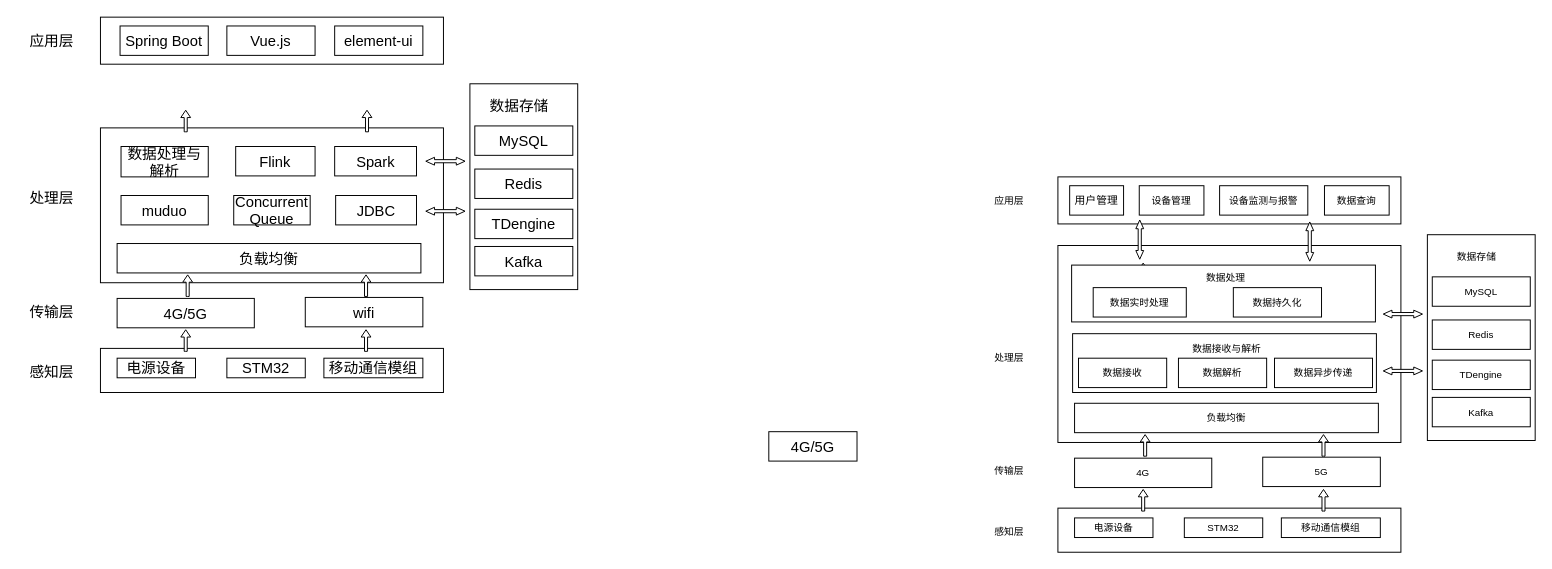
Earlier version of the draw.io diagram 系统架构图2.drawio (zhaoning999/notes). Source tidied: cells renumbered, new cells numbered last; positions are measured from the earlier drawing's top-left corner, leaving out a move shared by most shapes. Both pictures are drawn from the tidied source at 98%, with x=0, y=0 at pixel (17, 17).
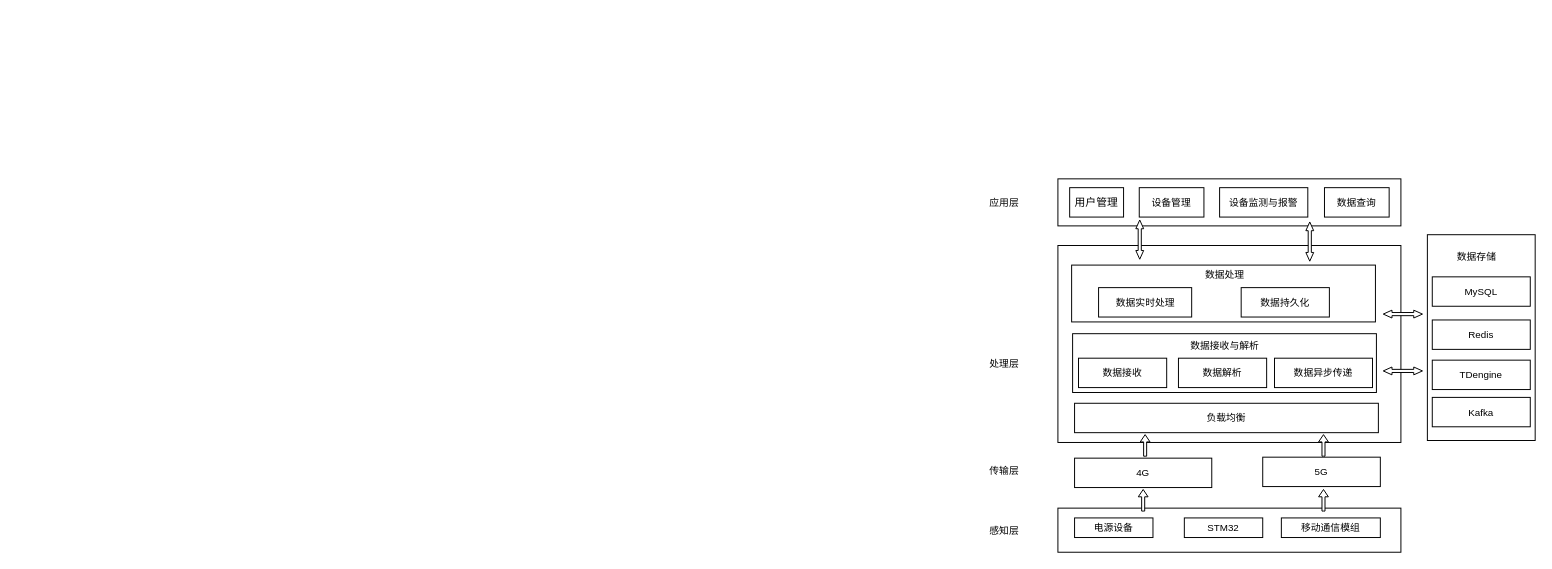
Above is the later version.

Commit message:
更新系统架构图2.drawio

Diff of the diagram source:
```diff
@@
-    <mxCell id="2" style="rounded=0;whiteSpace=wrap;html=1;fontSize=15;" parent="1" vertex="1">
-      <mxGeometry x="462" y="68" width="110" height="210" as="geometry" />
-    </mxCell>
-    <mxCell id="3" style="rounded=0;whiteSpace=wrap;html=1;fontSize=15;" parent="1" vertex="1">
-      <mxGeometry x="85" y="338" width="350" height="45" as="geometry" />
-    </mxCell>
-    <mxCell id="4" value="感知层" style="text;html=1;align=center;verticalAlign=middle;strokeColor=none;fillColor=none;fontSize=15;" parent="1" vertex="1">
-      <mxGeometry y="347" width="70" height="30" as="geometry" />
-    </mxCell>
-    <mxCell id="5" value="STM32" style="rounded=0;whiteSpace=wrap;html=1;fontSize=15;" parent="1" vertex="1">
-      <mxGeometry x="214" y="348" width="80" height="20" as="geometry" />
-    </mxCell>
-    <mxCell id="6" value="移动通信模组" style="rounded=0;whiteSpace=wrap;html=1;fontSize=15;" parent="1" vertex="1">
-      <mxGeometry x="313" y="348" width="101" height="20" as="geometry" />
-    </mxCell>
-    <mxCell id="7" value="4G/5G" style="rounded=0;whiteSpace=wrap;html=1;fontSize=15;" parent="1" vertex="1">
-      <mxGeometry x="102" y="287" width="140" height="30" as="geometry" />
-    </mxCell>
-    <mxCell id="8" value="wifi" style="rounded=0;whiteSpace=wrap;html=1;fontSize=15;" parent="1" vertex="1">
-      <mxGeometry x="294" y="286" width="120" height="30" as="geometry" />
-    </mxCell>
-    <mxCell id="9" value="传输层" style="text;html=1;align=center;verticalAlign=middle;strokeColor=none;fillColor=none;fontSize=15;" parent="1" vertex="1">
-      <mxGeometry y="285" width="70" height="30" as="geometry" />
-    </mxCell>
-    <mxCell id="10" style="rounded=0;whiteSpace=wrap;html=1;fontSize=15;" parent="1" vertex="1">
-      <mxGeometry x="85" y="113" width="350" height="158" as="geometry" />
-    </mxCell>
-    <mxCell id="11" value="处理层" style="text;html=1;align=center;verticalAlign=middle;strokeColor=none;fillColor=none;fontSize=15;" parent="1" vertex="1">
-      <mxGeometry y="169" width="70" height="30" as="geometry" />
-    </mxCell>
-    <mxCell id="12" value="负载均衡" style="rounded=0;whiteSpace=wrap;html=1;fontSize=15;" parent="1" vertex="1">
-      <mxGeometry x="102" y="231" width="310" height="30" as="geometry" />
-    </mxCell>
-    <mxCell id="13" value="muduo" style="rounded=0;whiteSpace=wrap;html=1;fontSize=15;" parent="1" vertex="1">
-      <mxGeometry x="106" y="182" width="89" height="30" as="geometry" />
-    </mxCell>
-    <mxCell id="14" value="TDengine" style="rounded=0;whiteSpace=wrap;html=1;fontSize=15;" parent="1" vertex="1">
-      <mxGeometry x="467" y="196" width="100" height="30" as="geometry" />
-    </mxCell>
-    <mxCell id="15" value="JDBC" style="rounded=0;whiteSpace=wrap;html=1;fontSize=15;" parent="1" vertex="1">
-      <mxGeometry x="325" y="182" width="82.5" height="30" as="geometry" />
-    </mxCell>
-    <mxCell id="16" value="Kafka" style="rounded=0;whiteSpace=wrap;html=1;fontSize=15;" parent="1" vertex="1">
-      <mxGeometry x="467" y="234" width="100" height="30" as="geometry" />
-    </mxCell>
-    <mxCell id="17" value="Concurrent&lt;br style=&quot;font-size: 15px;&quot;&gt;Queue" style="rounded=0;whiteSpace=wrap;html=1;fontSize=15;" parent="1" vertex="1">
-      <mxGeometry x="221" y="182" width="78" height="30" as="geometry" />
-    </mxCell>
-    <mxCell id="18" value="数据处理与解析" style="rounded=0;whiteSpace=wrap;html=1;fontSize=15;" parent="1" vertex="1">
-      <mxGeometry x="106" y="132" width="89" height="31" as="geometry" />
-    </mxCell>
-    <mxCell id="19" value="Redis" style="rounded=0;whiteSpace=wrap;html=1;fontSize=15;" parent="1" vertex="1">
-      <mxGeometry x="467" y="155" width="100" height="30" as="geometry" />
-    </mxCell>
-    <mxCell id="20" value="MySQL" style="rounded=0;whiteSpace=wrap;html=1;fontSize=15;" parent="1" vertex="1">
-      <mxGeometry x="467" y="111" width="100" height="30" as="geometry" />
-    </mxCell>
-    <mxCell id="21" style="rounded=0;whiteSpace=wrap;html=1;fontSize=15;" parent="1" vertex="1">
-      <mxGeometry x="85" width="350" height="48" as="geometry" />
-    </mxCell>
-    <mxCell id="22" value="应用层" style="text;html=1;align=center;verticalAlign=middle;strokeColor=none;fillColor=none;fontSize=15;" parent="1" vertex="1">
-      <mxGeometry y="9" width="70" height="30" as="geometry" />
-    </mxCell>
-    <mxCell id="23" value="Spring Boot" style="rounded=0;whiteSpace=wrap;html=1;fontSize=15;" parent="1" vertex="1">
-      <mxGeometry x="105" y="9" width="90" height="30" as="geometry" />
-    </mxCell>
-    <mxCell id="24" value="Vue.js" style="rounded=0;whiteSpace=wrap;html=1;fontSize=15;" parent="1" vertex="1">
-      <mxGeometry x="214" y="9" width="90" height="30" as="geometry" />
-    </mxCell>
-    <mxCell id="25" value="element-ui" style="rounded=0;whiteSpace=wrap;html=1;fontSize=15;" parent="1" vertex="1">
-      <mxGeometry x="324" y="9" width="90" height="30" as="geometry" />
-    </mxCell>
-    <mxCell id="26" value="Flink" style="rounded=0;whiteSpace=wrap;html=1;fontSize=15;" parent="1" vertex="1">
-      <mxGeometry x="223" y="132" width="81" height="30" as="geometry" />
-    </mxCell>
-    <mxCell id="27" value="Spark" style="rounded=0;whiteSpace=wrap;html=1;fontSize=15;" parent="1" vertex="1">
-      <mxGeometry x="324" y="132" width="83.5" height="30" as="geometry" />
-    </mxCell>
-    <mxCell id="28" value="数据存储" style="text;html=1;align=center;verticalAlign=middle;strokeColor=none;fillColor=none;fontSize=15;fontFamily=Helvetica;" parent="1" vertex="1">
-      <mxGeometry x="472" y="75" width="80" height="30" as="geometry" />
-    </mxCell>
-    <mxCell id="29" style="html=1;shadow=0;dashed=0;align=center;verticalAlign=middle;shape=mxgraph.arrows2.arrow;dy=0.69;dx=7.44;direction=north;notch=0;fontFamily=Helvetica;fontSize=15;" parent="1" vertex="1">
-      <mxGeometry x="169" y="263" width="10" height="22" as="geometry" />
-    </mxCell>
-    <mxCell id="30" style="html=1;shadow=0;dashed=0;align=center;verticalAlign=middle;shape=mxgraph.arrows2.arrow;dy=0.69;dx=7.44;direction=north;notch=0;fontFamily=Helvetica;fontSize=15;" parent="1" vertex="1">
-      <mxGeometry x="351" y="263" width="10" height="22" as="geometry" />
-    </mxCell>
-    <mxCell id="31" style="html=1;shadow=0;dashed=0;align=center;verticalAlign=middle;shape=mxgraph.arrows2.arrow;dy=0.69;dx=7.44;direction=north;notch=0;fontFamily=Helvetica;fontSize=15;" parent="1" vertex="1">
-      <mxGeometry x="167" y="319" width="10" height="22" as="geometry" />
-    </mxCell>
-    <mxCell id="32" style="html=1;shadow=0;dashed=0;align=center;verticalAlign=middle;shape=mxgraph.arrows2.arrow;dy=0.69;dx=7.44;direction=north;notch=0;fontFamily=Helvetica;fontSize=15;" parent="1" vertex="1">
-      <mxGeometry x="351" y="319" width="10" height="22" as="geometry" />
-    </mxCell>
-    <mxCell id="33" style="html=1;shadow=0;dashed=0;align=center;verticalAlign=middle;shape=mxgraph.arrows2.arrow;dy=0.69;dx=7.44;direction=north;notch=0;fontFamily=Helvetica;fontSize=15;" parent="1" vertex="1">
-      <mxGeometry x="167" y="95" width="10" height="22" as="geometry" />
-    </mxCell>
-    <mxCell id="34" style="html=1;shadow=0;dashed=0;align=center;verticalAlign=middle;shape=mxgraph.arrows2.arrow;dy=0.69;dx=7.44;direction=north;notch=0;fontFamily=Helvetica;fontSize=15;" parent="1" vertex="1">
-      <mxGeometry x="352" y="95" width="10" height="22" as="geometry" />
-    </mxCell>
-    <mxCell id="35" style="html=1;shadow=0;dashed=0;align=center;verticalAlign=middle;shape=mxgraph.arrows2.twoWayArrow;dy=0.6;dx=8.89;fontFamily=Helvetica;fontSize=15;" parent="1" vertex="1">
-      <mxGeometry x="417" y="143" width="40" height="8" as="geometry" />
-    </mxCell>
-    <mxCell id="36" style="html=1;shadow=0;dashed=0;align=center;verticalAlign=middle;shape=mxgraph.arrows2.twoWayArrow;dy=0.6;dx=8.89;fontFamily=Helvetica;fontSize=15;" parent="1" vertex="1">
-      <mxGeometry x="417" y="194" width="40" height="8" as="geometry" />
-    </mxCell>
-    <mxCell id="37" value="电源设备" style="rounded=0;whiteSpace=wrap;html=1;fontSize=15;fontFamily=Helvetica;" parent="1" vertex="1">
-      <mxGeometry x="102" y="348" width="80" height="20" as="geometry" />
-    </mxCell>
@@
     <mxCell id="40" value="感知层" style="text;html=1;align=center;verticalAlign=middle;strokeColor=none;fillColor=none;fontSize=10;" parent="1" vertex="1">
-      <mxGeometry x="982" y="510" width="60" height="30" as="geometry" />
+      <mxGeometry x="977" y="508.5" width="60" height="30" as="geometry" />
     </mxCell>
@@
     <mxCell id="45" value="传输层" style="text;html=1;align=center;verticalAlign=middle;strokeColor=none;fillColor=none;fontSize=10;" parent="1" vertex="1">
-      <mxGeometry x="982" y="448" width="60" height="30" as="geometry" />
+      <mxGeometry x="977" y="448" width="60" height="30" as="geometry" />
     </mxCell>
@@
     <mxCell id="47" value="处理层" style="text;html=1;align=center;verticalAlign=middle;strokeColor=none;fillColor=none;fontSize=10;" parent="1" vertex="1">
-      <mxGeometry x="982" y="332" width="60" height="30" as="geometry" />
+      <mxGeometry x="977" y="338" width="60" height="30" as="geometry" />
     </mxCell>
@@
     <mxCell id="54" style="rounded=0;whiteSpace=wrap;html=1;fontSize=10;" parent="1" vertex="1">
-      <mxGeometry x="1062" y="163" width="350" height="48" as="geometry" />
+      <mxGeometry x="1062" y="165" width="350" height="48" as="geometry" />
     </mxCell>
     <mxCell id="55" value="应用层" style="text;html=1;align=center;verticalAlign=middle;strokeColor=none;fillColor=none;fontSize=10;" parent="1" vertex="1">
-      <mxGeometry x="982" y="172" width="60" height="30" as="geometry" />
+      <mxGeometry x="977" y="174" width="60" height="30" as="geometry" />
     </mxCell>
     <mxCell id="56" value="&lt;font style=&quot;font-size: 11px;&quot;&gt;用户管理&lt;/font&gt;" style="rounded=0;whiteSpace=wrap;html=1;fontSize=10;" parent="1" vertex="1">
-      <mxGeometry x="1074" y="172" width="55" height="30" as="geometry" />
+      <mxGeometry x="1074" y="174" width="55" height="30" as="geometry" />
     </mxCell>
     <mxCell id="57" value="设备管理" style="rounded=0;whiteSpace=wrap;html=1;fontSize=10;" parent="1" vertex="1">
-      <mxGeometry x="1145" y="172" width="66" height="30" as="geometry" />
+      <mxGeometry x="1145" y="174" width="66" height="30" as="geometry" />
     </mxCell>
     <mxCell id="58" value="设备监测与报警" style="rounded=0;whiteSpace=wrap;html=1;fontSize=10;" parent="1" vertex="1">
-      <mxGeometry x="1227" y="172" width="90" height="30" as="geometry" />
+      <mxGeometry x="1227" y="174" width="90" height="30" as="geometry" />
     </mxCell>
@@
-    <mxCell id="64" style="html=1;shadow=0;dashed=0;align=center;verticalAlign=middle;shape=mxgraph.arrows2.arrow;dy=0.69;dx=7.44;direction=north;notch=0;fontFamily=Helvetica;fontSize=10;" parent="1" vertex="1">
-      <mxGeometry x="1144" y="251" width="10" height="22" as="geometry" />
-    </mxCell>
@@
     <mxCell id="68" value="&lt;font style=&quot;font-size: 10px;&quot;&gt;数据接收与解析&lt;/font&gt;" style="text;html=1;align=center;verticalAlign=middle;strokeColor=none;fillColor=none;fontSize=10;" parent="1" vertex="1">
-      <mxGeometry x="1179" y="323" width="110" height="30" as="geometry" />
+      <mxGeometry x="1177" y="320" width="110" height="30" as="geometry" />
     </mxCell>
@@
-    <mxCell id="70" value="4G/5G" style="rounded=0;whiteSpace=wrap;html=1;fontSize=15;" parent="1" vertex="1">
-      <mxGeometry x="767" y="423" width="90" height="30" as="geometry" />
-    </mxCell>
@@
     <mxCell id="74" value="&lt;font style=&quot;font-size: 10px;&quot;&gt;数据处理&lt;/font&gt;" style="text;html=1;align=center;verticalAlign=middle;strokeColor=none;fillColor=none;fontSize=10;" parent="1" vertex="1">
-      <mxGeometry x="1198" y="251" width="70" height="30" as="geometry" />
+      <mxGeometry x="1197" y="248" width="70" height="30" as="geometry" />
     </mxCell>
     <mxCell id="75" value="数据实时处理" style="rounded=0;whiteSpace=wrap;html=1;fontSize=10;" parent="1" vertex="1">
-      <mxGeometry x="1098" y="276" width="95" height="30" as="geometry" />
+      <mxGeometry x="1103.5" y="276" width="95" height="30" as="geometry" />
     </mxCell>
     <mxCell id="76" value="数据持久化" style="rounded=0;whiteSpace=wrap;html=1;fontSize=10;" parent="1" vertex="1">
-      <mxGeometry x="1241" y="276" width="90" height="30" as="geometry" />
+      <mxGeometry x="1249" y="276" width="90" height="30" as="geometry" />
     </mxCell>
     <mxCell id="77" value="数据查询" style="rounded=0;whiteSpace=wrap;html=1;fontSize=10;" parent="1" vertex="1">
-      <mxGeometry x="1334" y="172" width="66" height="30" as="geometry" />
+      <mxGeometry x="1334" y="174" width="66" height="30" as="geometry" />
     </mxCell>
```
